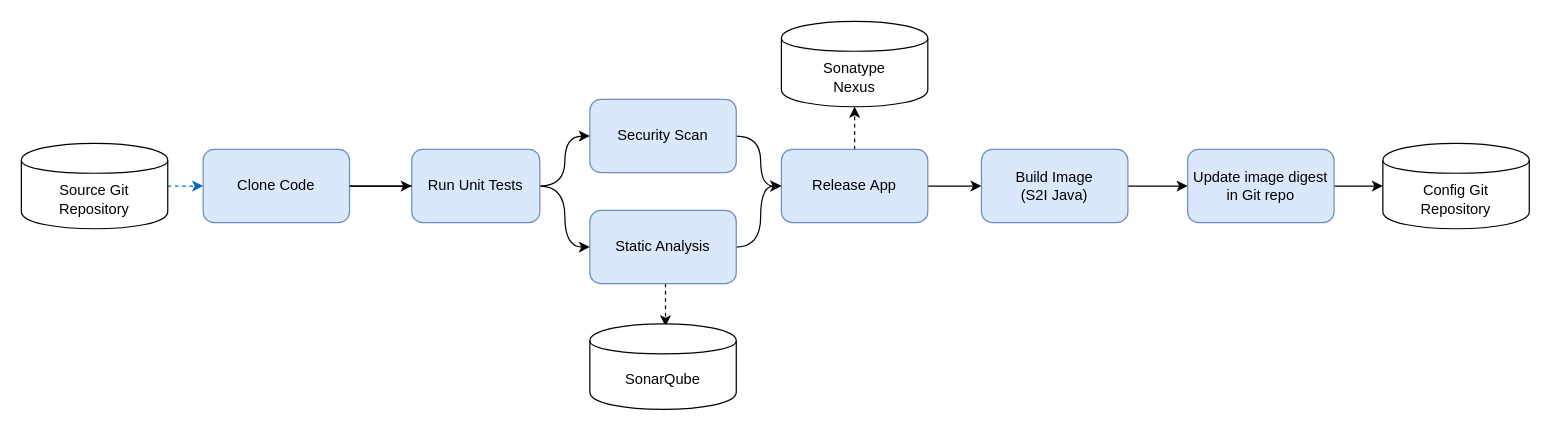
The draw.io diagram docs/ci-pipeline.drawio in siamaksade/openshift-cicd-demo, before the edit. Source tidied: cells renumbered, new cells numbered last; positions are measured from the earlier drawing's top-left corner, leaving out a move shared by most shapes. Both pictures are drawn from the tidied source at 122%, with x=0, y=0 at pixel (21, 21).
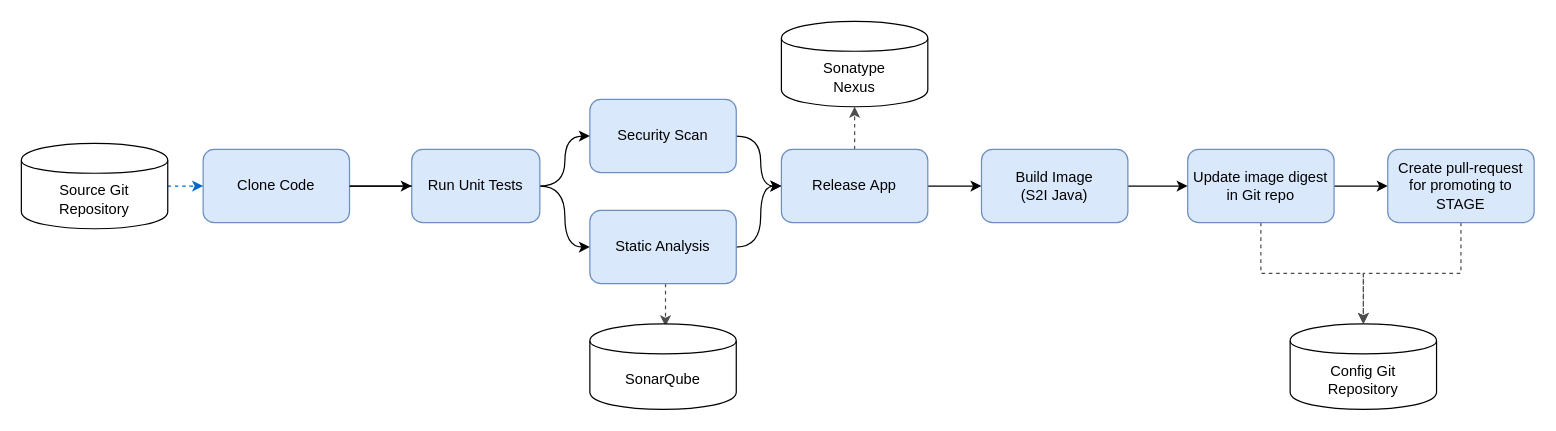
The same diagram, later.

Commit message (it also covers changes not shown here):
Pull-reuquest is created in the pipeline for DEV to STAGE promotion

The change refers to these unchanged cells:
```xml
<mxCell id="9" value="Release&amp;nbsp;App" style="rounded=1;whiteSpace=wrap;html=1;fillColor=#dae8fc;strokeColor=#6c8ebf;" parent="1" vertex="1">
  <mxGeometry x="623" y="105" width="120" height="60" as="geometry" />
</mxCell>
<mxCell id="13" value="Sonatype &lt;br&gt;Nexus" style="shape=cylinder;whiteSpace=wrap;html=1;boundedLbl=1;backgroundOutline=1;" parent="1" vertex="1">
  <mxGeometry x="623" width="120" height="70" as="geometry" />
</mxCell>
<mxCell id="19" value="Update image digest in Git repo" style="rounded=1;whiteSpace=wrap;html=1;fillColor=#dae8fc;strokeColor=#6c8ebf;" parent="1" vertex="1">
  <mxGeometry x="956" y="105" width="120" height="60" as="geometry" />
</mxCell>
```

Diff of the diagram source:
```diff
@@
-    <mxCell id="6" style="edgeStyle=orthogonalEdgeStyle;curved=1;rounded=0;jettySize=auto;html=1;exitX=0.5;exitY=0;exitDx=0;exitDy=0;entryX=0.5;entryY=1;entryDx=0;entryDy=0;dashed=1;" parent="1" edge="1" source="9" target="13">
+    <mxCell id="6" style="edgeStyle=orthogonalEdgeStyle;curved=1;rounded=0;jettySize=auto;html=1;exitX=0.5;exitY=0;exitDx=0;exitDy=0;entryX=0.5;entryY=1;entryDx=0;entryDy=0;dashed=1;strokeColor=#4D4D4D;" parent="1" edge="1" source="9" target="13">
       <mxGeometry relative="1" as="geometry" />
     </mxCell>
@@
-    <mxCell id="10" style="edgeStyle=orthogonalEdgeStyle;curved=1;rounded=0;orthogonalLoop=1;jettySize=auto;html=1;exitX=0.5;exitY=1;exitDx=0;exitDy=0;entryX=0.5;entryY=0;entryDx=0;entryDy=0;dashed=1;" parent="1" edge="1">
+    <mxCell id="10" style="edgeStyle=orthogonalEdgeStyle;curved=1;rounded=0;orthogonalLoop=1;jettySize=auto;html=1;exitX=0.5;exitY=1;exitDx=0;exitDy=0;entryX=0.5;entryY=0;entryDx=0;entryDy=0;dashed=1;strokeColor=#4D4D4D;" parent="1" edge="1">
       <mxGeometry relative="1" as="geometry">
         <mxPoint x="528" y="215" as="sourcePoint" />
         <mxPoint x="528" y="250" as="targetPoint" />
       </mxGeometry>
     </mxCell>
@@
-    <mxCell id="18" style="edgeStyle=orthogonalEdgeStyle;rounded=0;jettySize=auto;html=1;exitX=1;exitY=0.5;exitDx=0;exitDy=0;entryX=0;entryY=0.5;entryDx=0;entryDy=0;" parent="1" edge="1" source="19" target="20">
+    <mxCell id="18" style="edgeStyle=orthogonalEdgeStyle;rounded=0;jettySize=auto;html=1;exitX=0.5;exitY=1;exitDx=0;exitDy=0;entryX=0.5;entryY=0;entryDx=0;entryDy=0;dashed=1;strokeColor=#4D4D4D;" parent="1" edge="1" source="19" target="20">
       <mxGeometry relative="1" as="geometry" />
     </mxCell>
+    <mxCell id="25" style="edgeStyle=orthogonalEdgeStyle;rounded=0;jettySize=auto;html=1;exitX=1;exitY=0.5;exitDx=0;exitDy=0;entryX=0;entryY=0.5;entryDx=0;entryDy=0;" parent="1" edge="1" source="19" target="27">
+      <mxGeometry relative="1" as="geometry" />
+    </mxCell>
@@
     <mxCell id="20" value="Config Git&lt;br&gt;Repository" style="shape=cylinder;whiteSpace=wrap;html=1;boundedLbl=1;backgroundOutline=1;" parent="1" vertex="1">
-      <mxGeometry x="1116" y="100" width="120" height="70" as="geometry" />
+      <mxGeometry x="1040" y="248" width="120" height="70" as="geometry" />
     </mxCell>
@@
+    <mxCell id="26" style="edgeStyle=orthogonalEdgeStyle;rounded=0;jettySize=auto;html=1;exitX=0.5;exitY=1;exitDx=0;exitDy=0;entryX=0.5;entryY=0;entryDx=0;entryDy=0;dashed=1;strokeColor=#4D4D4D;" parent="1" edge="1" source="27" target="20">
+      <mxGeometry relative="1" as="geometry" />
+    </mxCell>
+    <mxCell id="27" value="Create pull-request for promoting to STAGE" style="rounded=1;whiteSpace=wrap;html=1;fillColor=#dae8fc;strokeColor=#6c8ebf;" parent="1" vertex="1">
+      <mxGeometry x="1120" y="105" width="120" height="60" as="geometry" />
+    </mxCell>
```
